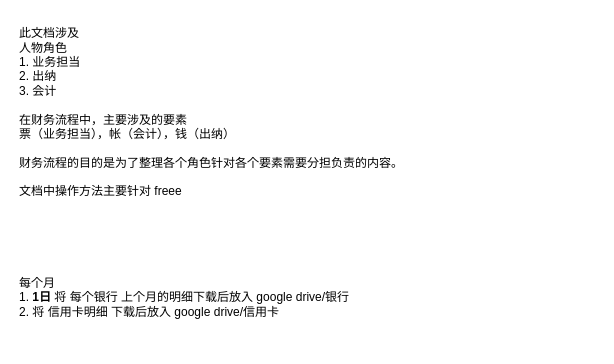
The draw.io diagram page "封面" (1 of 4) of payment.drawio in niltsh/drawing, before the edit. Source tidied: cells renumbered, new cells numbered last; positions are measured from the earlier drawing's top-left corner, leaving out a move shared by most shapes. Both pictures are drawn from the tidied source at 100%, with x=0, y=0 at pixel (17, 17).
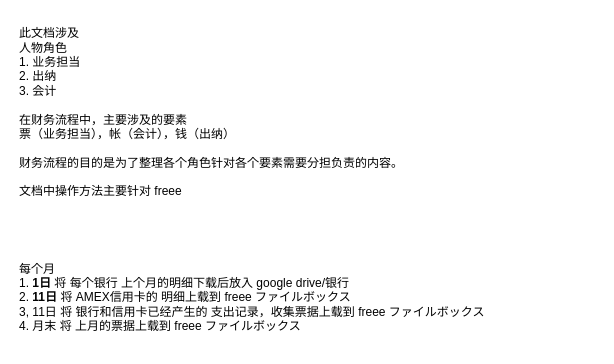
Above is the later version.

The edit, as a diff of the source:
```diff
@@
 <mxGraphModel>
   <root>
     <mxCell id="0" />
     <mxCell id="1" parent="0" />
     <mxCell id="2" value="此文档涉及&lt;br&gt;人物角色&lt;br&gt;1. 业务担当&lt;br&gt;2. 出纳&lt;br&gt;3. 会计&lt;br&gt;&lt;br&gt;在财务流程中，主要涉及的要素&lt;br&gt;票（业务担当），帐（会计），钱（出纳）&lt;br&gt;&lt;br&gt;财务流程的目的是为了整理各个角色针对各个要素需要分担负责的内容。&lt;br&gt;&lt;br&gt;文档中操作方法主要针对 freee" style="text;html=1;strokeColor=none;fillColor=none;align=left;verticalAlign=middle;whiteSpace=wrap;rounded=0;" parent="1" vertex="1">
       <mxGeometry width="490" height="190" as="geometry" />
     </mxCell>
-    <mxCell id="3" value="每个月&lt;br&gt;1. &lt;b&gt;1日&lt;/b&gt; 将 每个银行 上个月的明细下载后放入 google drive/银行&lt;br&gt;2. 将 信用卡明细 下载后放入 google drive/信用卡" style="text;html=1;strokeColor=none;fillColor=none;align=left;verticalAlign=middle;whiteSpace=wrap;rounded=0;" parent="1" vertex="1">
+    <mxCell id="3" value="每个月&lt;br&gt;1. &lt;b&gt;1日&lt;/b&gt; 将 每个银行 上个月的明细下载后放入 google drive/银行&lt;br&gt;2. &lt;b&gt;11日 &lt;/b&gt;将 AMEX信用卡的 明细上载到 freee ファイルボックス&lt;br&gt;3, 11日 将 银行和信用卡已经产生的 支出记录，收集票据上载到 freee ファイルボックス&lt;br&gt;4. 月末 将 上月的票据上载到 freee ファイルボックス" style="text;html=1;strokeColor=none;fillColor=none;align=left;verticalAlign=middle;whiteSpace=wrap;rounded=0;" parent="1" vertex="1">
       <mxGeometry y="230" width="580" height="100" as="geometry" />
     </mxCell>
   </root>
 </mxGraphModel>
```
